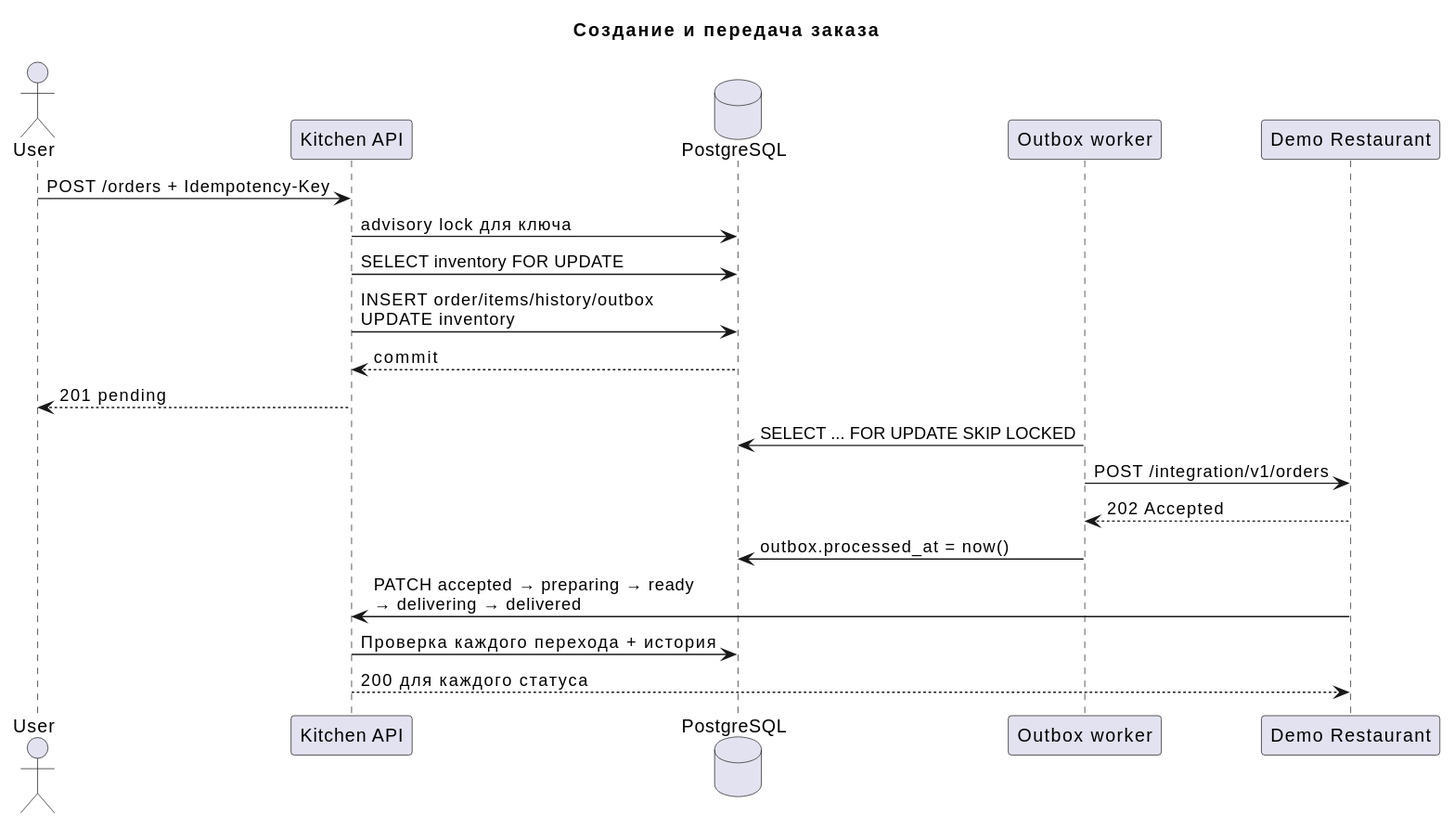
Earlier version of the PlantUML export docs/rendered/order-sequence.svg (leedcee/restaurant-delivery-microservices).
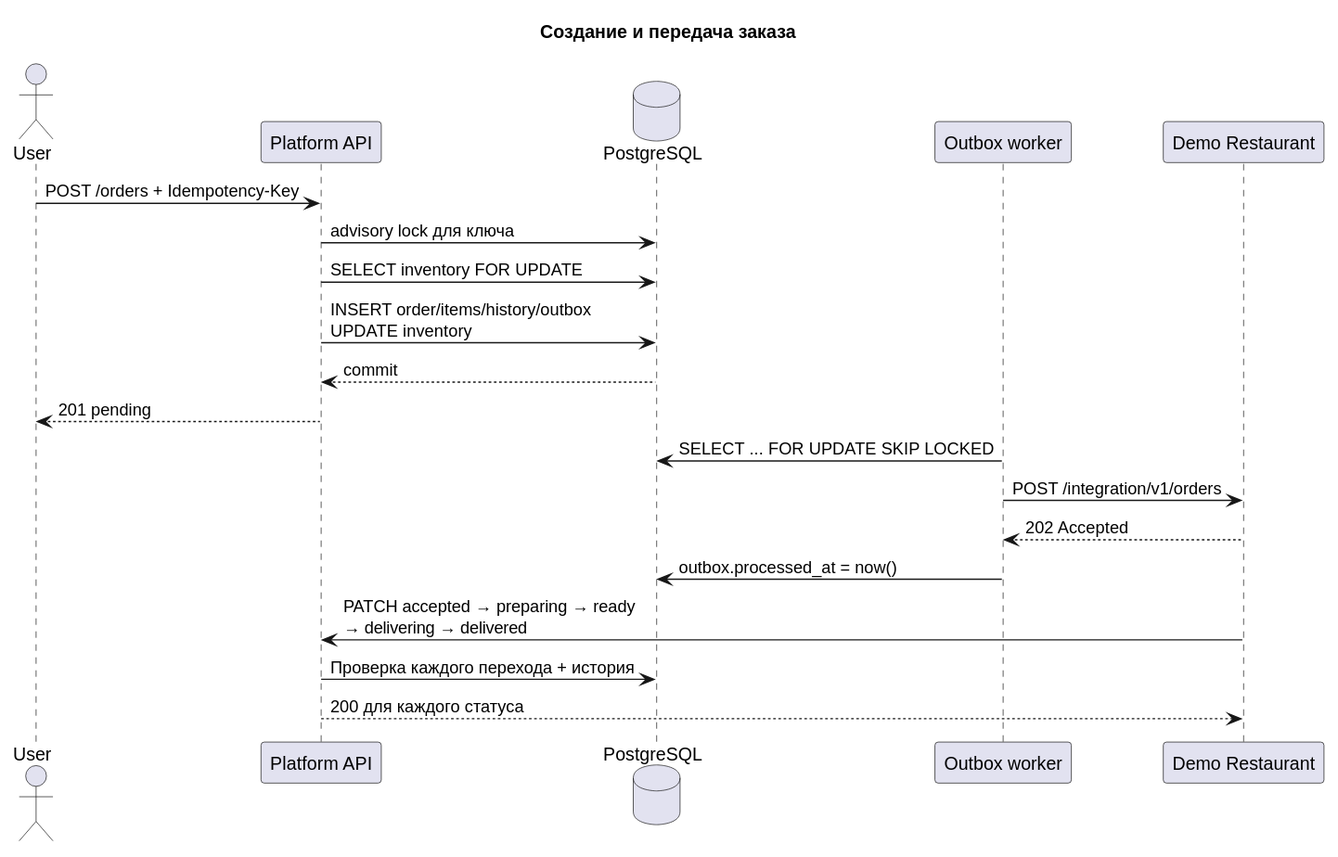
After the commit.

Change to the diagram source:
```diff
@@ -1,7 +1,7 @@
 @startuml
 title Создание и передача заказа
 actor User
-participant "Kitchen API" as API
+participant "Platform API" as API
 database PostgreSQL as DB
 participant "Outbox worker" as Worker
 participant "Demo Restaurant" as Restaurant
```
